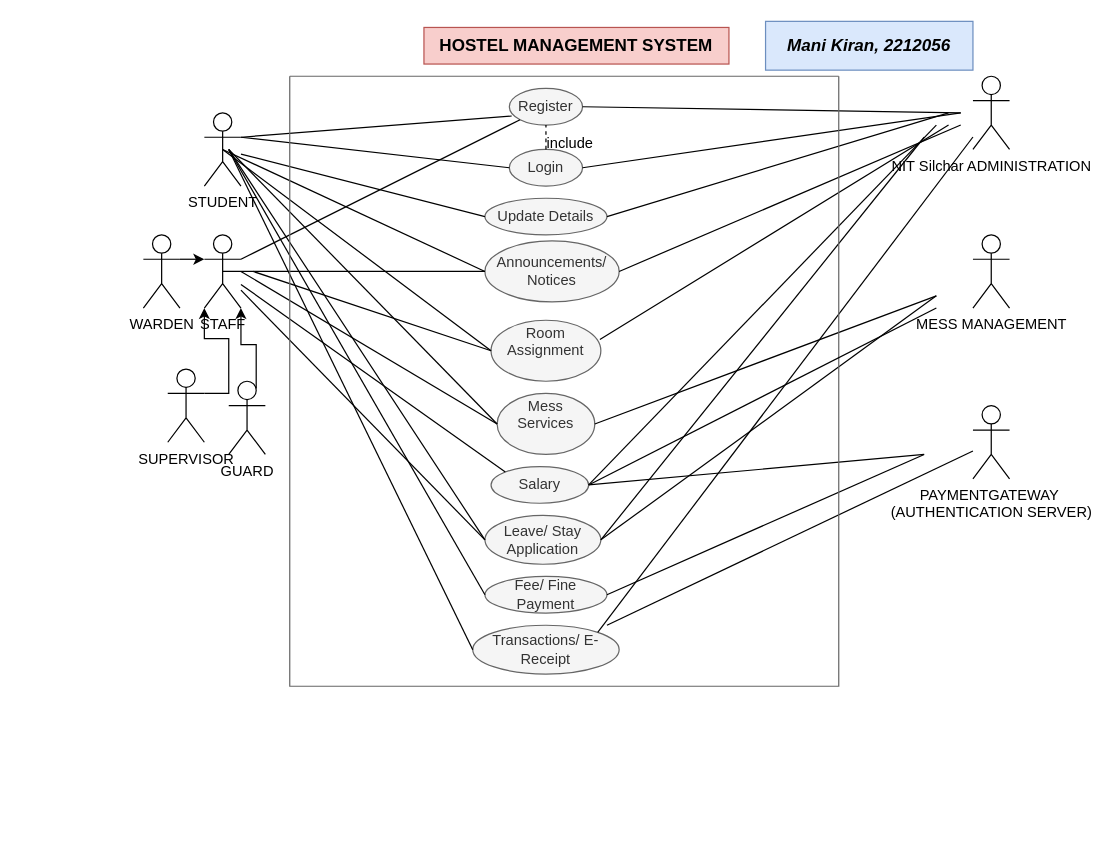
This is Untitled Diagram.drawio from manikiran949/Use-Case-Diagrams, a draw.io file, before an edit. Source tidied: cells renumbered, new cells numbered last; positions are measured from the earlier drawing's top-left corner, leaving out a move shared by most shapes. Both pictures are drawn from the tidied source at 122%, with x=0, y=0 at pixel (143, 21).
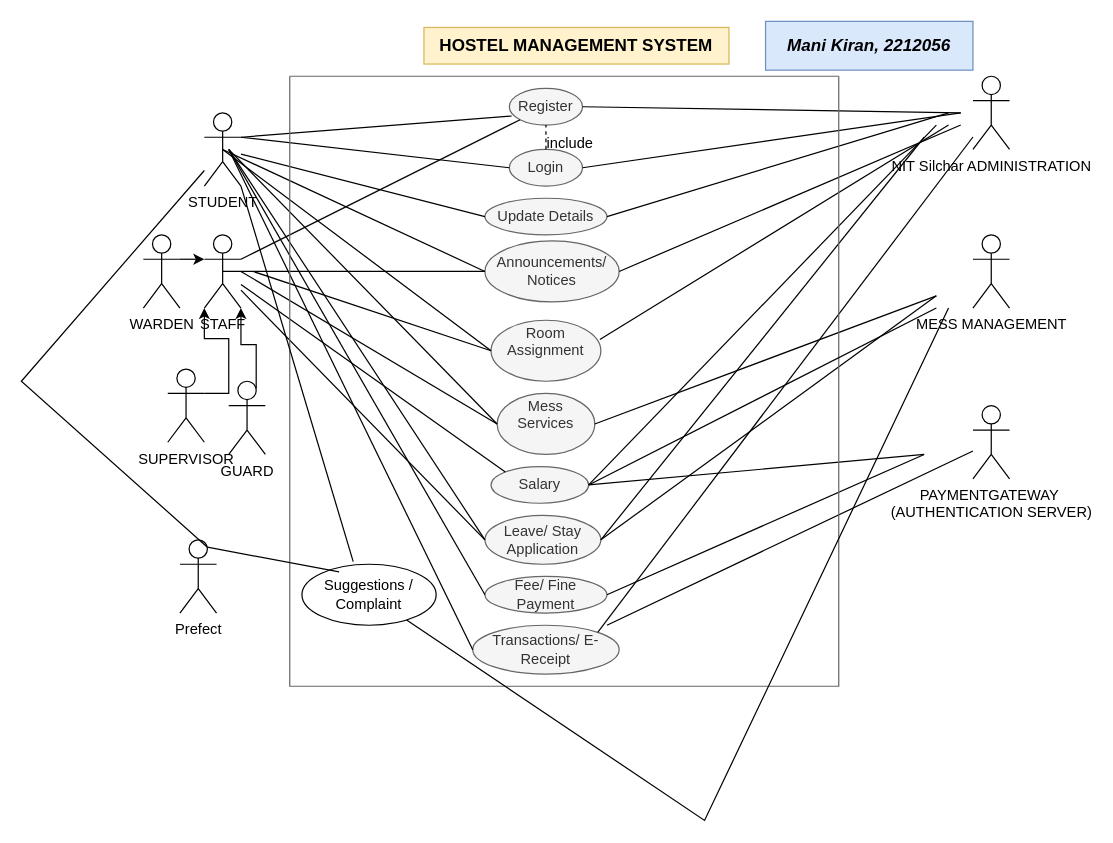
The same page after the edit.

The change refers to these unchanged cells:
```xml
<mxCell id="2" value="STUDENT" style="shape=umlActor;verticalLabelPosition=bottom;verticalAlign=top;html=1;outlineConnect=0;" parent="1" vertex="1">
  <mxGeometry x="50" y="75" width="30" height="60" as="geometry" />
</mxCell>
<mxCell id="53" style="swimlane;startSize=0;fillColor=#f5f5f5;fontColor=#333333;strokeColor=#666666;" parent="1" vertex="1">
  <mxGeometry x="120" y="45" width="450" height="500" as="geometry" />
</mxCell>
```

Change to the diagram source:
```diff
@@
-    <mxCell id="3" value="&lt;b&gt;&lt;font style=&quot;font-size: 14px;&quot;&gt;HOSTEL MANAGEMENT SYSTEM&lt;/font&gt;&lt;/b&gt;" style="text;html=1;align=center;verticalAlign=middle;whiteSpace=wrap;rounded=0;fillColor=#f8cecc;strokeColor=#b85450;" parent="1" vertex="1">
+    <mxCell id="3" value="&lt;b&gt;&lt;font style=&quot;font-size: 14px;&quot;&gt;HOSTEL MANAGEMENT SYSTEM&lt;/font&gt;&lt;/b&gt;" style="text;html=1;align=center;verticalAlign=middle;whiteSpace=wrap;rounded=0;fillColor=#fff2cc;strokeColor=#d6b656;" parent="1" vertex="1">
       <mxGeometry x="230" y="5" width="250" height="30" as="geometry" />
     </mxCell>
@@
+    <mxCell id="57" value="Suggestions / Complaint" style="ellipse;whiteSpace=wrap;html=1;" parent="53" vertex="1">
+      <mxGeometry x="10" y="400" width="110" height="50" as="geometry" />
+    </mxCell>
@@
+    <mxCell id="58" style="endArrow=none;html=1;rounded=0;exitX=0.382;exitY=-0.043;exitDx=0;exitDy=0;exitPerimeter=0;entryX=1;entryY=1;entryDx=0;entryDy=0;entryPerimeter=0;" parent="1" edge="1" source="57" target="2">
+      <mxGeometry relative="1" as="geometry" />
+    </mxCell>
+    <mxCell id="59" value="Prefect&lt;div&gt;&lt;br&gt;&lt;/div&gt;" style="shape=umlActor;verticalLabelPosition=bottom;verticalAlign=top;html=1;outlineConnect=0;" parent="1" vertex="1">
+      <mxGeometry x="30" y="425" width="30" height="60" as="geometry" />
+    </mxCell>
+    <mxCell id="60" style="endArrow=none;html=1;rounded=0;exitX=0.75;exitY=0.1;exitDx=0;exitDy=0;exitPerimeter=0;" parent="1" edge="1" source="59" target="2">
+      <mxGeometry relative="1" as="geometry">
+        <Array as="points">
+          <mxPoint x="-100" y="295" />
+        </Array>
+      </mxGeometry>
+    </mxCell>
+    <mxCell id="61" style="endArrow=none;html=1;rounded=0;exitX=0.75;exitY=0.1;exitDx=0;exitDy=0;exitPerimeter=0;entryX=0.277;entryY=0.124;entryDx=0;entryDy=0;entryPerimeter=0;" parent="1" edge="1" source="59" target="57">
+      <mxGeometry relative="1" as="geometry" />
+    </mxCell>
+    <mxCell id="62" style="endArrow=none;html=1;rounded=0;" parent="1" edge="1" source="57">
+      <mxGeometry relative="1" as="geometry">
+        <mxPoint x="660" y="235" as="targetPoint" />
+        <Array as="points">
+          <mxPoint x="460" y="655" />
+        </Array>
+      </mxGeometry>
+    </mxCell>
```
